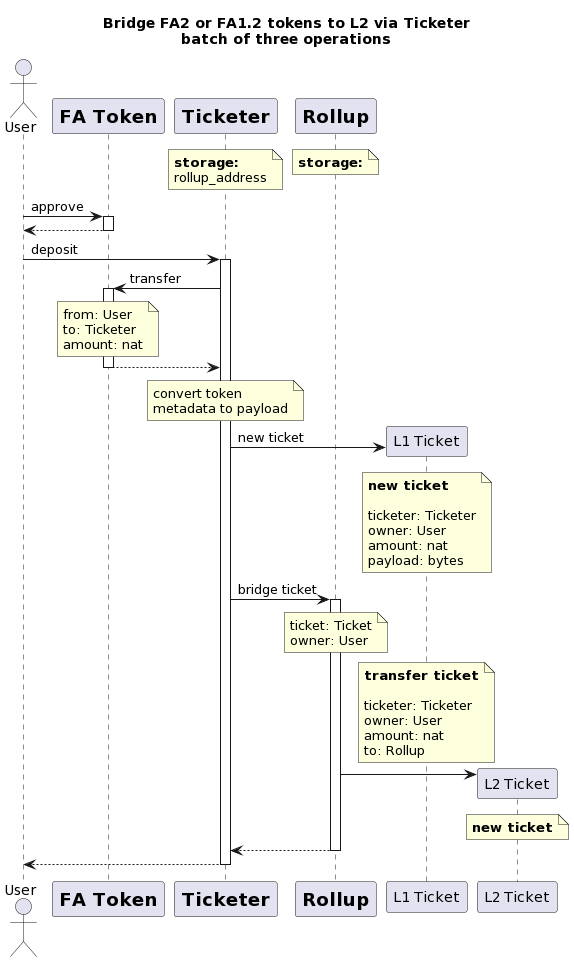
This is docs/ticketer-sequence.png from baking-bad/etherlink-bridge, a PlantUML export, as it was before one commit. The source it was exported from:
```plantuml
@startuml
title Bridge FA2 or FA1.2 tokens to L2 via Ticketer\nbatch of three operations
actor       User          as User
participant FAToken [
    =FA Token
]
participant Ticketer [
    =Ticketer
]
participant Rollup [
    =Rollup
]

note over Ticketer : **storage:**\nrollup_address
/ note over Rollup : **storage:**

User -> FAToken ++ : approve
FAToken --> User --

User -> Ticketer ++ : deposit
Ticketer -> FAToken ++ : transfer
note over FAToken: from: User\nto: Ticketer\namount: nat
FAToken --> Ticketer --
note over Ticketer : convert token\nmetadata to payload

Ticketer -> "L1 Ticket" as L1Ticket ** : new ticket
note over L1Ticket : **new ticket**\n\nticketer: Ticketer\nowner: User\namount: nat\npayload: bytes
Ticketer -> Rollup ++ : bridge ticket
note over Rollup : ticket: Ticket\nowner: User
note over L1Ticket : **transfer ticket**\n\nticketer: Ticketer\nowner: User\namount: nat\nto: Rollup

Rollup -> "L2 Ticket" as L2Ticket **
note over L2Ticket : **new ticket**
Rollup --> Ticketer --
Ticketer --> User --
@enduml
```
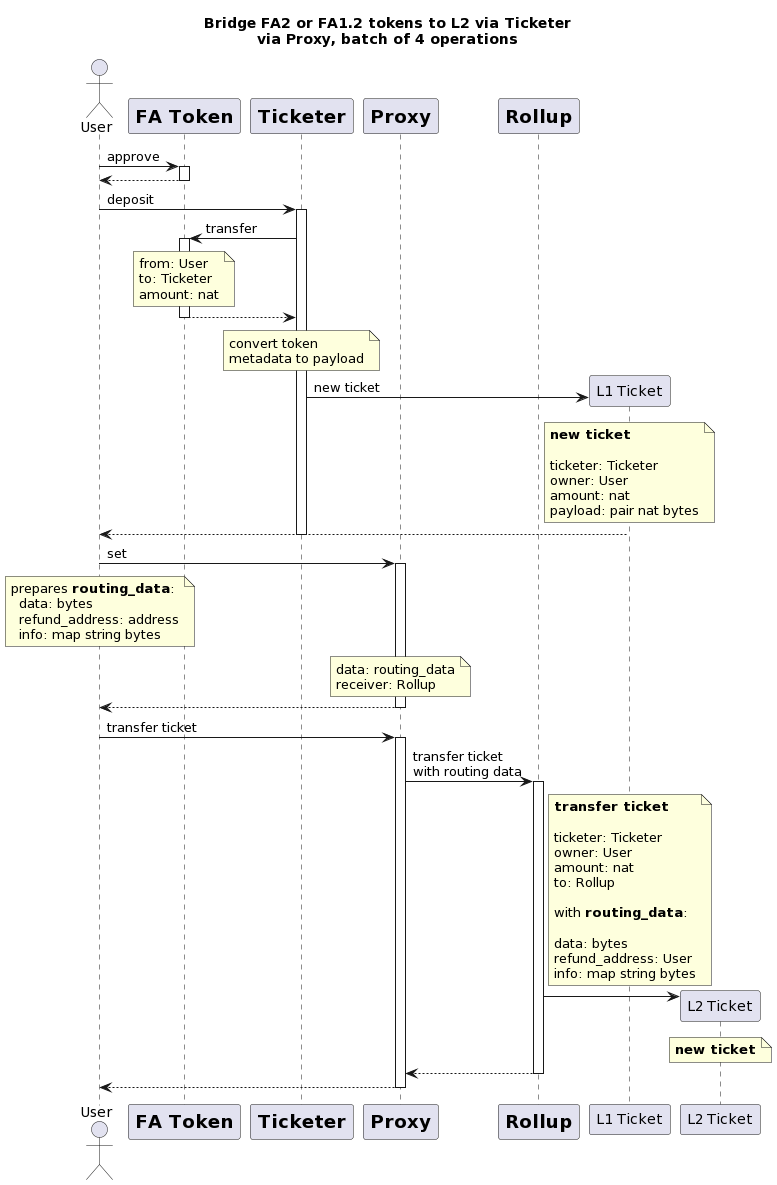
After the change.

Commit message:
updated ticketer sequence uml diagram

Diff of the diagram source:
```diff
@@ -1,5 +1,5 @@
 @startuml
-title Bridge FA2 or FA1.2 tokens to L2 via Ticketer\nbatch of three operations
+title Bridge FA2 or FA1.2 tokens to L2 via Ticketer\nvia Proxy, batch of 4 operations
 actor       User          as User
 participant FAToken [
     =FA Token
@@ -7,12 +7,12 @@
 participant Ticketer [
     =Ticketer
 ]
+participant Proxy [
+    =Proxy
+]
 participant Rollup [
     =Rollup
 ]
-
-note over Ticketer : **storage:**\nrollup_address
-/ note over Rollup : **storage:**
 
 User -> FAToken ++ : approve
 FAToken --> User --
@@ -24,13 +24,20 @@
 note over Ticketer : convert token\nmetadata to payload
 
 Ticketer -> "L1 Ticket" as L1Ticket ** : new ticket
-note over L1Ticket : **new ticket**\n\nticketer: Ticketer\nowner: User\namount: nat\npayload: bytes
-Ticketer -> Rollup ++ : bridge ticket
-note over Rollup : ticket: Ticket\nowner: User
-note over L1Ticket : **transfer ticket**\n\nticketer: Ticketer\nowner: User\namount: nat\nto: Rollup
+note over L1Ticket : **new ticket**\n\nticketer: Ticketer\nowner: User\namount: nat\npayload: pair nat bytes
+L1Ticket --> User
+deactivate Ticketer
+User -> Proxy ++ : set
+note over User : prepares **routing_data**:\n  data: bytes\n  refund_address: address\n  info: map string bytes
+note over Proxy : data: routing_data\nreceiver: Rollup
+Proxy --> User --
+
+User -> Proxy ++ : transfer ticket
+Proxy -> Rollup ++ : transfer ticket\nwith routing data
+note over L1Ticket : **transfer ticket**\n\nticketer: Ticketer\nowner: User\namount: nat\nto: Rollup\n\nwith **routing_data**:\n\ndata: bytes\nrefund_address: User\ninfo: map string bytes
 
 Rollup -> "L2 Ticket" as L2Ticket **
 note over L2Ticket : **new ticket**
-Rollup --> Ticketer --
-Ticketer --> User --
+Rollup --> Proxy --
+Proxy --> User --
 @enduml
```
